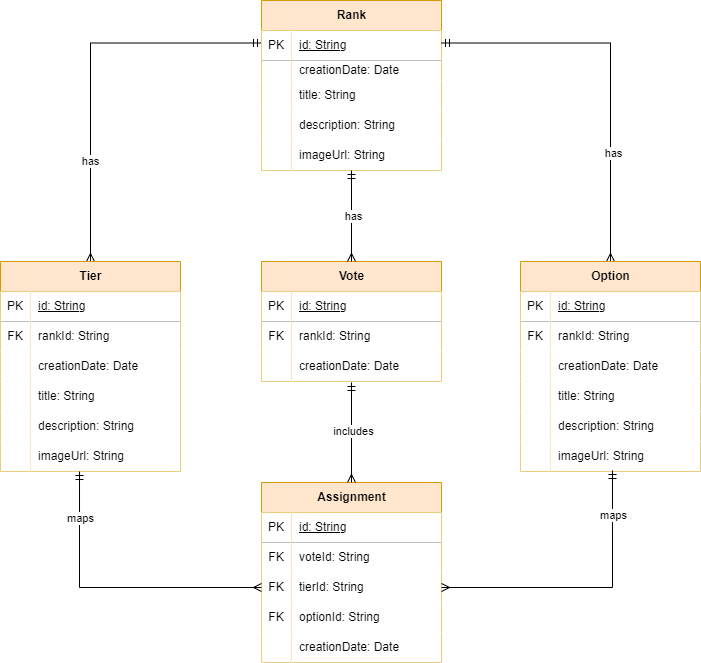
This is docs/DomainEntities.png from BrunoMNDantas/Ranker, a draw.io export, as it was before one commit. Source tidied: cells renumbered, new cells last; positions are measured from the earlier drawing's top-left corner, leaving out a move shared by most shapes.
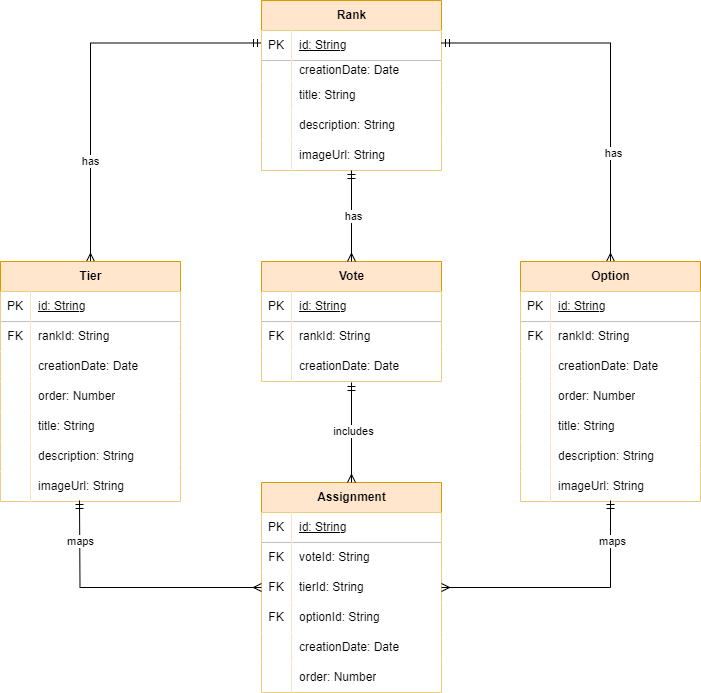
Later version of the same file.

Commit message:
Added order property to DomainEntities diagram

Diff of the diagram source:
```diff
@@ -9,7 +9,7 @@
       <mxGeometry x="-0.48" y="1" relative="1" as="geometry" />
     </mxCell>
     <mxCell id="4" value="Tier" style="shape=table;startSize=30;rowLines=0;fontStyle=1;align=center;html=1;fillColor=#ffe6cc;strokeColor=#d79b00;fillStyle=solid;" parent="1" vertex="1">
-      <mxGeometry y="261" width="180" height="210" as="geometry" />
+      <mxGeometry y="261" width="180" height="240" as="geometry" />
     </mxCell>
     <mxCell id="5" style="shape=tableRow;horizontal=0;startSize=0;swimlaneHead=0;swimlaneBody=0;fillColor=none;top=0;left=0;right=0;bottom=1;" parent="4" vertex="1">
       <mxGeometry y="30" width="180" height="30" as="geometry" />
@@ -44,7 +44,7 @@
     <mxCell id="15" style="shape=partialRectangle;fillColor=default;top=0;left=0;bottom=0;right=0;overflow=hidden;whiteSpace=wrap;html=1;" parent="14" vertex="1">
       <mxGeometry width="30" height="30" as="geometry" />
     </mxCell>
-    <mxCell id="16" value="title: String" style="shape=partialRectangle;fillColor=default;top=0;left=0;bottom=0;right=0;align=left;spacingLeft=6;overflow=hidden;whiteSpace=wrap;html=1;" parent="14" vertex="1">
+    <mxCell id="16" value="order: Number" style="shape=partialRectangle;fillColor=default;top=0;left=0;bottom=0;right=0;align=left;spacingLeft=6;overflow=hidden;whiteSpace=wrap;html=1;" parent="14" vertex="1">
       <mxGeometry x="30" width="150" height="30" as="geometry" />
     </mxCell>
     <mxCell id="17" style="shape=tableRow;horizontal=0;startSize=0;swimlaneHead=0;swimlaneBody=0;fillColor=none;top=0;left=0;right=0;bottom=0;" parent="4" vertex="1">
@@ -53,7 +53,7 @@
     <mxCell id="18" style="shape=partialRectangle;fillColor=default;top=0;left=0;bottom=0;right=0;overflow=hidden;whiteSpace=wrap;html=1;" parent="17" vertex="1">
       <mxGeometry width="30" height="30" as="geometry" />
     </mxCell>
-    <mxCell id="19" value="description: String" style="shape=partialRectangle;fillColor=default;top=0;left=0;bottom=0;right=0;align=left;spacingLeft=6;overflow=hidden;whiteSpace=wrap;html=1;" parent="17" vertex="1">
+    <mxCell id="19" value="title: String" style="shape=partialRectangle;fillColor=default;top=0;left=0;bottom=0;right=0;align=left;spacingLeft=6;overflow=hidden;whiteSpace=wrap;html=1;" parent="17" vertex="1">
       <mxGeometry x="30" width="150" height="30" as="geometry" />
     </mxCell>
     <mxCell id="20" style="shape=tableRow;horizontal=0;startSize=0;swimlaneHead=0;swimlaneBody=0;fillColor=none;points=[[0,0.5],[1,0.5]];portConstraint=eastwest;top=0;left=0;right=0;bottom=0;" parent="4" vertex="1">
@@ -62,9 +62,18 @@
     <mxCell id="21" style="shape=partialRectangle;fillColor=default;top=0;left=0;bottom=0;right=0;overflow=hidden;whiteSpace=wrap;html=1;" parent="20" vertex="1">
       <mxGeometry width="30" height="30" as="geometry" />
     </mxCell>
-    <mxCell id="22" value="imageUrl: String" style="shape=partialRectangle;fillColor=default;top=0;left=0;bottom=0;right=0;align=left;spacingLeft=6;overflow=hidden;whiteSpace=wrap;html=1;" parent="20" vertex="1">
+    <mxCell id="22" value="description: String" style="shape=partialRectangle;fillColor=default;top=0;left=0;bottom=0;right=0;align=left;spacingLeft=6;overflow=hidden;whiteSpace=wrap;html=1;" parent="20" vertex="1">
       <mxGeometry x="30" width="150" height="30" as="geometry" />
     </mxCell>
+    <mxCell id="94" style="shape=tableRow;horizontal=0;startSize=0;swimlaneHead=0;swimlaneBody=0;fillColor=none;top=0;left=0;right=0;bottom=0;" parent="4" vertex="1">
+      <mxGeometry y="210" width="180" height="30" as="geometry" />
+    </mxCell>
+    <mxCell id="95" style="shape=partialRectangle;fillColor=default;top=0;left=0;bottom=0;right=0;overflow=hidden;whiteSpace=wrap;html=1;" parent="94" vertex="1">
+      <mxGeometry width="30" height="30" as="geometry" />
+    </mxCell>
+    <mxCell id="96" value="imageUrl: String" style="shape=partialRectangle;fillColor=default;top=0;left=0;bottom=0;right=0;align=left;spacingLeft=6;overflow=hidden;whiteSpace=wrap;html=1;" parent="94" vertex="1">
+      <mxGeometry x="30" width="150" height="30" as="geometry" />
+    </mxCell>
     <mxCell id="23" value="Rank" style="shape=table;startSize=30;rowLines=0;fontStyle=1;align=center;html=1;fillColor=#ffe6cc;strokeColor=#d79b00;fillStyle=solid;" parent="1" vertex="1">
       <mxGeometry x="261" width="180" height="170" as="geometry" />
     </mxCell>
@@ -144,7 +153,7 @@
       <mxGeometry x="30" width="150" height="30" as="geometry" />
     </mxCell>
     <mxCell id="49" value="Assignment" style="shape=table;startSize=30;rowLines=0;fontStyle=1;align=center;html=1;fillColor=#ffe6cc;strokeColor=#d79b00;fillStyle=solid;" parent="1" vertex="1">
-      <mxGeometry x="261" y="482" width="180" height="180" as="geometry" />
+      <mxGeometry x="261" y="482" width="180" height="210" as="geometry" />
     </mxCell>
     <mxCell id="50" style="shape=tableRow;horizontal=0;startSize=0;swimlaneHead=0;swimlaneBody=0;fillColor=none;top=0;left=0;right=0;bottom=1;" parent="49" vertex="1">
       <mxGeometry y="30" width="180" height="30" as="geometry" />
@@ -191,6 +200,15 @@
     <mxCell id="64" value="creationDate: Date" style="shape=partialRectangle;fillColor=default;top=0;left=0;bottom=0;right=0;align=left;spacingLeft=6;overflow=hidden;whiteSpace=wrap;html=1;" parent="62" vertex="1">
       <mxGeometry x="30" width="150" height="30" as="geometry" />
     </mxCell>
+    <mxCell id="97" style="shape=tableRow;horizontal=0;startSize=0;swimlaneHead=0;swimlaneBody=0;fillColor=none;top=0;left=0;right=0;bottom=0;" parent="49" vertex="1">
+      <mxGeometry y="180" width="180" height="30" as="geometry" />
+    </mxCell>
+    <mxCell id="98" style="shape=partialRectangle;fillColor=default;top=0;left=0;bottom=0;right=0;overflow=hidden;whiteSpace=wrap;html=1;" parent="97" vertex="1">
+      <mxGeometry width="30" height="30" as="geometry" />
+    </mxCell>
+    <mxCell id="99" value="order: Number" style="shape=partialRectangle;fillColor=default;top=0;left=0;bottom=0;right=0;align=left;spacingLeft=6;overflow=hidden;whiteSpace=wrap;html=1;" parent="97" vertex="1">
+      <mxGeometry x="30" width="150" height="30" as="geometry" />
+    </mxCell>
     <mxCell id="65" style="edgeStyle=orthogonalEdgeStyle;rounded=0;jettySize=auto;html=1;exitX=0.5;exitY=0;exitDx=0;exitDy=0;entryX=1;entryY=0.25;entryDx=0;entryDy=0;endArrow=ERmandOne;endFill=0;startArrow=ERmany;startFill=0;" parent="1" edge="1" source="67" target="23">
       <mxGeometry relative="1" as="geometry" />
     </mxCell>
@@ -198,7 +216,7 @@
       <mxGeometry x="-0.44" y="-2" relative="1" as="geometry" />
     </mxCell>
     <mxCell id="67" value="Option" style="shape=table;startSize=30;rowLines=0;fontStyle=1;align=center;html=1;fillColor=#ffe6cc;strokeColor=#d79b00;fillStyle=solid;" parent="1" vertex="1">
-      <mxGeometry x="520" y="261" width="180" height="210" as="geometry" />
+      <mxGeometry x="520" y="261" width="180" height="240" as="geometry" />
     </mxCell>
     <mxCell id="68" style="shape=tableRow;horizontal=0;startSize=0;swimlaneHead=0;swimlaneBody=0;fillColor=none;top=0;left=0;right=0;bottom=1;" parent="67" vertex="1">
       <mxGeometry y="30" width="180" height="30" as="geometry" />
@@ -233,7 +251,7 @@
     <mxCell id="78" style="shape=partialRectangle;fillColor=default;top=0;left=0;bottom=0;right=0;overflow=hidden;whiteSpace=wrap;html=1;" parent="77" vertex="1">
       <mxGeometry width="30" height="30" as="geometry" />
     </mxCell>
-    <mxCell id="79" value="title: String" style="shape=partialRectangle;fillColor=default;top=0;left=0;bottom=0;right=0;align=left;spacingLeft=6;overflow=hidden;whiteSpace=wrap;html=1;" parent="77" vertex="1">
+    <mxCell id="79" value="order: Number" style="shape=partialRectangle;fillColor=default;top=0;left=0;bottom=0;right=0;align=left;spacingLeft=6;overflow=hidden;whiteSpace=wrap;html=1;" parent="77" vertex="1">
       <mxGeometry x="30" width="150" height="30" as="geometry" />
     </mxCell>
     <mxCell id="80" style="shape=tableRow;horizontal=0;startSize=0;swimlaneHead=0;swimlaneBody=0;fillColor=none;top=0;left=0;right=0;bottom=0;" parent="67" vertex="1">
@@ -242,7 +260,7 @@
     <mxCell id="81" style="shape=partialRectangle;fillColor=default;top=0;left=0;bottom=0;right=0;overflow=hidden;whiteSpace=wrap;html=1;" parent="80" vertex="1">
       <mxGeometry width="30" height="30" as="geometry" />
     </mxCell>
-    <mxCell id="82" value="description: String" style="shape=partialRectangle;fillColor=default;top=0;left=0;bottom=0;right=0;align=left;spacingLeft=6;overflow=hidden;whiteSpace=wrap;html=1;" parent="80" vertex="1">
+    <mxCell id="82" value="title: String" style="shape=partialRectangle;fillColor=default;top=0;left=0;bottom=0;right=0;align=left;spacingLeft=6;overflow=hidden;whiteSpace=wrap;html=1;" parent="80" vertex="1">
       <mxGeometry x="30" width="150" height="30" as="geometry" />
     </mxCell>
     <mxCell id="83" style="shape=tableRow;horizontal=0;startSize=0;swimlaneHead=0;swimlaneBody=0;fillColor=none;points=[[0,0.5],[1,0.5]];portConstraint=eastwest;top=0;left=0;right=0;bottom=0;" parent="67" vertex="1">
@@ -251,9 +269,18 @@
     <mxCell id="84" style="shape=partialRectangle;fillColor=default;top=0;left=0;bottom=0;right=0;overflow=hidden;whiteSpace=wrap;html=1;" parent="83" vertex="1">
       <mxGeometry width="30" height="30" as="geometry" />
     </mxCell>
-    <mxCell id="85" value="imageUrl: String" style="shape=partialRectangle;fillColor=default;top=0;left=0;bottom=0;right=0;align=left;spacingLeft=6;overflow=hidden;whiteSpace=wrap;html=1;" parent="83" vertex="1">
+    <mxCell id="85" value="description: String" style="shape=partialRectangle;fillColor=default;top=0;left=0;bottom=0;right=0;align=left;spacingLeft=6;overflow=hidden;whiteSpace=wrap;html=1;" parent="83" vertex="1">
       <mxGeometry x="30" width="150" height="30" as="geometry" />
     </mxCell>
+    <mxCell id="100" style="shape=tableRow;horizontal=0;startSize=0;swimlaneHead=0;swimlaneBody=0;fillColor=none;points=[[0,0.5],[1,0.5]];portConstraint=eastwest;top=0;left=0;right=0;bottom=0;" parent="67" vertex="1">
+      <mxGeometry y="210" width="180" height="30" as="geometry" />
+    </mxCell>
+    <mxCell id="101" style="shape=partialRectangle;fillColor=default;top=0;left=0;bottom=0;right=0;overflow=hidden;whiteSpace=wrap;html=1;" parent="100" vertex="1">
+      <mxGeometry width="30" height="30" as="geometry" />
+    </mxCell>
+    <mxCell id="102" value="imageUrl: String" style="shape=partialRectangle;fillColor=default;top=0;left=0;bottom=0;right=0;align=left;spacingLeft=6;overflow=hidden;whiteSpace=wrap;html=1;" parent="100" vertex="1">
+      <mxGeometry x="30" width="150" height="30" as="geometry" />
+    </mxCell>
     <mxCell id="86" style="edgeStyle=orthogonalEdgeStyle;rounded=0;jettySize=auto;html=1;exitX=0.5;exitY=0;exitDx=0;exitDy=0;endArrow=ERmandOne;endFill=0;startArrow=ERmany;startFill=0;" parent="1" edge="1" source="39">
       <mxGeometry relative="1" as="geometry">
         <mxPoint x="351" y="170" as="targetPoint" />
@@ -262,14 +289,16 @@
     <mxCell id="87" value="has" style="edgeLabel;html=1;align=center;verticalAlign=middle;" parent="86" vertex="1">
       <mxGeometry x="0.01" y="-1" relative="1" as="geometry" />
     </mxCell>
-    <mxCell id="88" style="edgeStyle=orthogonalEdgeStyle;rounded=0;jettySize=auto;html=1;exitX=1;exitY=0.5;exitDx=0;exitDy=0;endArrow=ERmandOne;endFill=0;startArrow=ERmany;startFill=0;entryX=0.511;entryY=0.967;entryDx=0;entryDy=0;entryPerimeter=0;" parent="1" edge="1" source="56" target="83">
+    <mxCell id="88" style="edgeStyle=orthogonalEdgeStyle;rounded=0;jettySize=auto;html=1;exitX=1;exitY=0.5;exitDx=0;exitDy=0;endArrow=ERmandOne;endFill=0;startArrow=ERmany;startFill=0;entryX=0.5;entryY=0.967;entryDx=0;entryDy=0;entryPerimeter=0;" parent="1" edge="1" source="56" target="100">
       <mxGeometry relative="1" as="geometry" />
     </mxCell>
     <mxCell id="89" value="maps" style="edgeLabel;html=1;align=center;verticalAlign=middle;" parent="88" vertex="1">
       <mxGeometry x="0.69" y="-1" relative="1" as="geometry" />
     </mxCell>
-    <mxCell id="90" style="edgeStyle=orthogonalEdgeStyle;rounded=0;jettySize=auto;html=1;exitX=0;exitY=0.5;exitDx=0;exitDy=0;endArrow=ERmandOne;endFill=0;startArrow=ERmany;startFill=0;entryX=0.439;entryY=1;entryDx=0;entryDy=0;entryPerimeter=0;" parent="1" edge="1" source="56" target="20">
-      <mxGeometry relative="1" as="geometry" />
+    <mxCell id="90" style="edgeStyle=orthogonalEdgeStyle;rounded=0;jettySize=auto;html=1;exitX=0;exitY=0.5;exitDx=0;exitDy=0;endArrow=ERmandOne;endFill=0;startArrow=ERmany;startFill=0;" parent="1" edge="1" source="56">
+      <mxGeometry relative="1" as="geometry">
+        <mxPoint x="79" y="500" as="targetPoint" />
+      </mxGeometry>
     </mxCell>
     <mxCell id="91" value="maps" style="edgeLabel;html=1;align=center;verticalAlign=middle;" parent="90" vertex="1">
       <mxGeometry x="0.63" relative="1" as="geometry">
```
